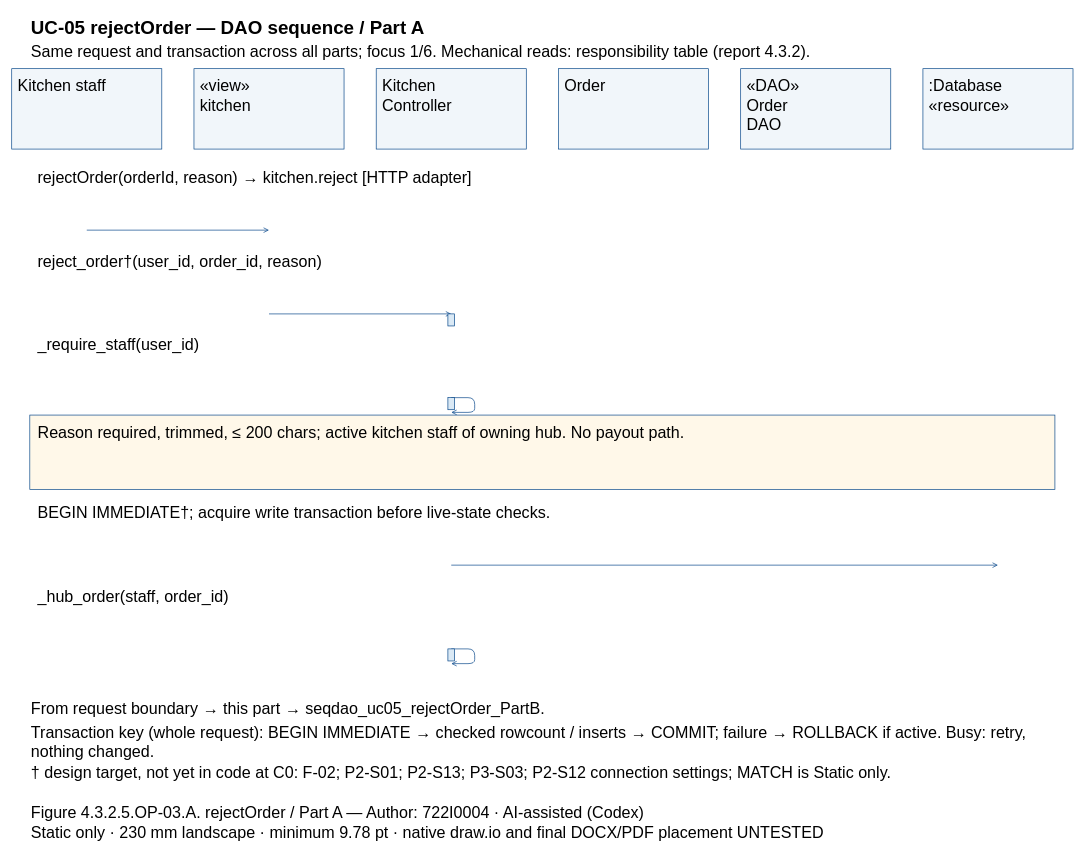
Before: models/UC-05/seqdao_uc05_rejectOrder_PartA.drawio in Dat071104/SaigonBite, a draw.io diagram. Source tidied: cells renumbered, new cells numbered last; positions are measured from the earlier drawing's top-left corner, leaving out a move shared by most shapes. Both pictures are drawn from the tidied source at 67%, with x=0, y=0 at pixel (11, 11).
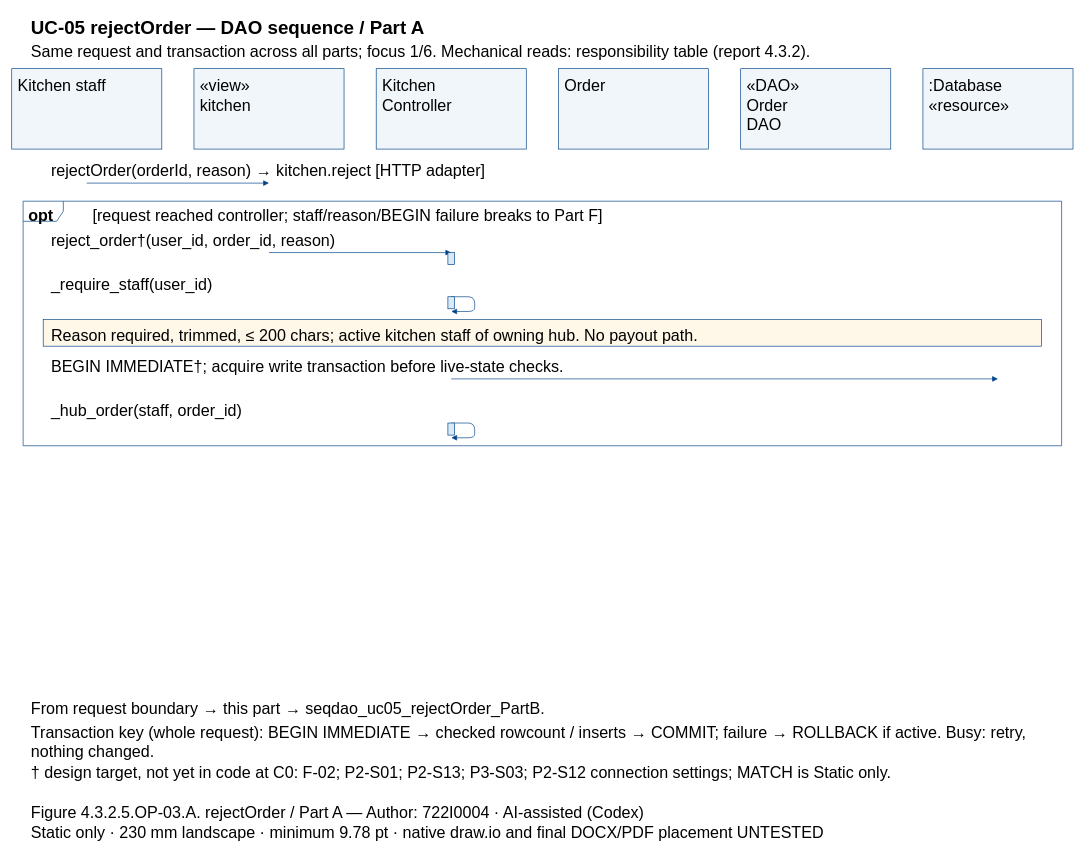
Above is the later version.

Diff of the diagram source:
```diff
@@
+    <mxCell id="46" style="shape=umlFrame;fillColor=none;strokeColor=#004387;" parent="1" vertex="1">
+      <mxGeometry x="17" y="282.8" width="1550" height="365" as="geometry" />
+    </mxCell>
@@
-    <mxCell id="15" value=":Database&#10;«resource»" style="text;html=0;whiteSpace=wrap;align=left;verticalAlign=top;strokeColor=none;fillColor=none;fontFamily=Arial;fontSize=24;fontStyle=0;" parent="1" vertex="1">
-      <mxGeometry x="1367" y="90" width="210" height="55.7" as="geometry" />
-    </mxCell>
-    <mxCell id="16" value="rejectOrder(orderId, reason) → kitchen.reject [HTTP adapter]" style="text;html=0;whiteSpace=wrap;align=left;verticalAlign=top;strokeColor=none;fillColor=none;fontFamily=Arial;fontSize=24;fontStyle=0;" parent="1" vertex="1">
-      <mxGeometry x="37" y="227" width="1510" height="27.8" as="geometry" />
+    <mxCell id="16" value=":Database&#10;«resource»" style="text;html=0;whiteSpace=wrap;align=left;verticalAlign=top;strokeColor=none;fillColor=none;fontFamily=Arial;fontSize=24;fontStyle=0;" parent="1" vertex="1">
+      <mxGeometry x="1367" y="90" width="210" height="55.7" as="geometry" />
     </mxCell>
+    <mxCell id="47" value="opt" style="text;html=0;whiteSpace=wrap;align=left;verticalAlign=top;strokeColor=none;fillColor=none;fontFamily=Arial;fontSize=24;fontStyle=1;" parent="1" vertex="1">
+      <mxGeometry x="23" y="283.8" width="84" height="27.8" as="geometry" />
+    </mxCell>
+    <mxCell id="48" value="[request reached controller; staff/reason/BEGIN failure breaks to Part F]" style="text;html=0;whiteSpace=wrap;align=left;verticalAlign=top;strokeColor=none;fillColor=none;fontFamily=Arial;fontSize=24;fontStyle=0;" parent="1" vertex="1">
+      <mxGeometry x="119" y="283.8" width="1438" height="27.8" as="geometry" />
+    </mxCell>
+    <mxCell id="49" value="rejectOrder(orderId, reason) → kitchen.reject [HTTP adapter]" style="text;html=0;whiteSpace=wrap;align=left;verticalAlign=top;strokeColor=none;fillColor=none;fontFamily=Arial;fontSize=24;fontStyle=0;" parent="1" vertex="1">
+      <mxGeometry x="57" y="217" width="1470" height="27.8" as="geometry" />
+    </mxCell>
     <mxCell id="17" style="opacity=0;" parent="1" vertex="1">
-      <mxGeometry x="112" y="326" as="geometry" />
+      <mxGeometry x="112" y="255.8" as="geometry" />
     </mxCell>
     <mxCell id="18" style="opacity=0;" parent="1" vertex="1">
-      <mxGeometry x="384" y="326" as="geometry" />
+      <mxGeometry x="384" y="255.8" as="geometry" />
     </mxCell>
-    <mxCell id="19" style="edgeStyle=none;endArrow=open;strokeColor=#004387;exitX=0.5;entryX=0.5;exitPerimeter=0;entryPerimeter=0;" parent="1" edge="1" source="17" target="18">
+    <mxCell id="19" style="edgeStyle=none;endArrow=block;endFill=1;strokeColor=#004387;exitX=0.5;entryX=0.5;exitPerimeter=0;entryPerimeter=0;" parent="1" edge="1" source="17" target="18">
       <mxGeometry relative="1" as="geometry" />
     </mxCell>
-    <mxCell id="20" value="reject_order†(user_id, order_id, reason)" style="text;html=0;whiteSpace=wrap;align=left;verticalAlign=top;strokeColor=none;fillColor=none;fontFamily=Arial;fontSize=24;fontStyle=0;" parent="1" vertex="1">
-      <mxGeometry x="37" y="352" width="1510" height="27.8" as="geometry" />
-    </mxCell>
+    <mxCell id="25" value="reject_order†(user_id, order_id, reason)" style="text;html=0;whiteSpace=wrap;align=left;verticalAlign=top;strokeColor=none;fillColor=none;fontFamily=Arial;fontSize=24;fontStyle=0;" parent="1" vertex="1">
+      <mxGeometry x="57" y="320.7" width="1470" height="27.8" as="geometry" />
+    </mxCell>
     <mxCell id="21" style="opacity=0;" parent="1" vertex="1">
-      <mxGeometry x="384" y="451" as="geometry" />
+      <mxGeometry x="384" y="359.5" as="geometry" />
     </mxCell>
     <mxCell id="22" style="opacity=0;" parent="1" vertex="1">
-      <mxGeometry x="656" y="451" as="geometry" />
+      <mxGeometry x="656" y="359.5" as="geometry" />
     </mxCell>
-    <mxCell id="23" style="edgeStyle=none;endArrow=open;strokeColor=#004387;exitX=0.5;entryX=0.5;exitPerimeter=0;entryPerimeter=0;" parent="1" edge="1" source="21" target="22">
+    <mxCell id="23" style="edgeStyle=none;endArrow=block;endFill=1;strokeColor=#004387;exitX=0.5;entryX=0.5;exitPerimeter=0;entryPerimeter=0;" parent="1" edge="1" source="21" target="22">
       <mxGeometry relative="1" as="geometry" />
     </mxCell>
-    <mxCell id="24" style="fillColor=#DAE9F5;strokeColor=#004387;" parent="1" vertex="1">
-      <mxGeometry x="651" y="451" width="10" height="18" as="geometry" />
-    </mxCell>
-    <mxCell id="25" value="_require_staff(user_id)" style="text;html=0;whiteSpace=wrap;align=left;verticalAlign=top;strokeColor=none;fillColor=none;fontFamily=Arial;fontSize=24;fontStyle=0;" parent="1" vertex="1">
-      <mxGeometry x="37" y="477" width="1510" height="27.8" as="geometry" />
-    </mxCell>
+    <mxCell id="29" style="fillColor=#DAE9F5;strokeColor=#004387;" parent="1" vertex="1">
+      <mxGeometry x="651" y="359.5" width="10" height="18" as="geometry" />
+    </mxCell>
+    <mxCell id="50" value="_require_staff(user_id)" style="text;html=0;whiteSpace=wrap;align=left;verticalAlign=top;strokeColor=none;fillColor=none;fontFamily=Arial;fontSize=24;fontStyle=0;" parent="1" vertex="1">
+      <mxGeometry x="57" y="386.5" width="1470" height="27.8" as="geometry" />
+    </mxCell>
     <mxCell id="26" style="opacity=0;" parent="1" vertex="1">
-      <mxGeometry x="656" y="576" as="geometry" />
+      <mxGeometry x="656" y="425.4" as="geometry" />
     </mxCell>
     <mxCell id="27" style="opacity=0;" parent="1" vertex="1">
-      <mxGeometry x="656" y="598" as="geometry" />
+      <mxGeometry x="656" y="447.4" as="geometry" />
     </mxCell>
-    <mxCell id="28" style="edgeStyle=none;endArrow=open;strokeColor=#004387;exitX=0.5;entryX=0.5;exitPerimeter=0;entryPerimeter=0;" parent="1" edge="1" source="26" target="27">
+    <mxCell id="28" style="edgeStyle=none;endArrow=block;endFill=1;strokeColor=#004387;exitX=0.5;entryX=0.5;exitPerimeter=0;entryPerimeter=0;" parent="1" edge="1" source="26" target="27">
       <mxGeometry relative="1" as="geometry">
         <Array as="points">
-          <mxPoint x="691" y="576" />
-          <mxPoint x="691" y="598" />
+          <mxPoint x="691" y="425.4" />
+          <mxPoint x="691" y="447.4" />
         </Array>
       </mxGeometry>
     </mxCell>
-    <mxCell id="29" style="fillColor=#DAE9F5;strokeColor=#004387;" parent="1" vertex="1">
-      <mxGeometry x="651" y="576" width="10" height="18" as="geometry" />
-    </mxCell>
-    <mxCell id="30" style="fillColor=#FFF8E9;strokeColor=#004387;" parent="1" vertex="1">
-      <mxGeometry x="27" y="602" width="1530" height="111" as="geometry" />
-    </mxCell>
-    <mxCell id="31" value="Reason required, trimmed, ≤ 200 chars; active kitchen staff of owning hub. No payout path." style="text;html=0;whiteSpace=wrap;align=left;verticalAlign=top;strokeColor=none;fillColor=none;fontFamily=Arial;fontSize=24;fontStyle=0;" parent="1" vertex="1">
-      <mxGeometry x="37" y="607" width="1510" height="27.8" as="geometry" />
-    </mxCell>
+    <mxCell id="51" style="fillColor=#DAE9F5;strokeColor=#004387;" parent="1" vertex="1">
+      <mxGeometry x="651" y="425.4" width="10" height="18" as="geometry" />
+    </mxCell>
+    <mxCell id="52" style="fillColor=#FFF8E9;strokeColor=#004387;" parent="1" vertex="1">
+      <mxGeometry x="47" y="459.4" width="1490" height="39.8" as="geometry" />
+    </mxCell>
+    <mxCell id="36" value="Reason required, trimmed, ≤ 200 chars; active kitchen staff of owning hub. No payout path." style="text;html=0;whiteSpace=wrap;align=left;verticalAlign=top;strokeColor=none;fillColor=none;fontFamily=Arial;fontSize=24;fontStyle=0;" parent="1" vertex="1">
+      <mxGeometry x="57" y="463.4" width="1470" height="27.8" as="geometry" />
+    </mxCell>
     <mxCell id="32" value="BEGIN IMMEDIATE†; acquire write transaction before live-state checks." style="text;html=0;whiteSpace=wrap;align=left;verticalAlign=top;strokeColor=none;fillColor=none;fontFamily=Arial;fontSize=24;fontStyle=0;" parent="1" vertex="1">
-      <mxGeometry x="37" y="727" width="1510" height="27.8" as="geometry" />
+      <mxGeometry x="57" y="509.2" width="1470" height="27.8" as="geometry" />
     </mxCell>
     <mxCell id="33" style="opacity=0;" parent="1" vertex="1">
-      <mxGeometry x="656" y="826" as="geometry" />
+      <mxGeometry x="656" y="548" as="geometry" />
     </mxCell>
     <mxCell id="34" style="opacity=0;" parent="1" vertex="1">
-      <mxGeometry x="1472" y="826" as="geometry" />
+      <mxGeometry x="1472" y="548" as="geometry" />
     </mxCell>
-    <mxCell id="35" style="edgeStyle=none;endArrow=open;strokeColor=#004387;exitX=0.5;entryX=0.5;exitPerimeter=0;entryPerimeter=0;" parent="1" edge="1" source="33" target="34">
+    <mxCell id="35" style="edgeStyle=none;endArrow=block;endFill=1;strokeColor=#004387;exitX=0.5;entryX=0.5;exitPerimeter=0;entryPerimeter=0;" parent="1" edge="1" source="33" target="34">
       <mxGeometry relative="1" as="geometry" />
     </mxCell>
-    <mxCell id="36" value="_hub_order(staff, order_id)" style="text;html=0;whiteSpace=wrap;align=left;verticalAlign=top;strokeColor=none;fillColor=none;fontFamily=Arial;fontSize=24;fontStyle=0;" parent="1" vertex="1">
-      <mxGeometry x="37" y="852" width="1510" height="27.8" as="geometry" />
-    </mxCell>
+    <mxCell id="41" value="_hub_order(staff, order_id)" style="text;html=0;whiteSpace=wrap;align=left;verticalAlign=top;strokeColor=none;fillColor=none;fontFamily=Arial;fontSize=24;fontStyle=0;" parent="1" vertex="1">
+      <mxGeometry x="57" y="575" width="1470" height="27.8" as="geometry" />
+    </mxCell>
     <mxCell id="37" style="opacity=0;" parent="1" vertex="1">
-      <mxGeometry x="656" y="951" as="geometry" />
+      <mxGeometry x="656" y="613.9" as="geometry" />
     </mxCell>
     <mxCell id="38" style="opacity=0;" parent="1" vertex="1">
-      <mxGeometry x="656" y="973" as="geometry" />
+      <mxGeometry x="656" y="635.9" as="geometry" />
     </mxCell>
-    <mxCell id="39" style="edgeStyle=none;endArrow=open;strokeColor=#004387;exitX=0.5;entryX=0.5;exitPerimeter=0;entryPerimeter=0;" parent="1" edge="1" source="37" target="38">
+    <mxCell id="39" style="edgeStyle=none;endArrow=block;endFill=1;strokeColor=#004387;exitX=0.5;entryX=0.5;exitPerimeter=0;entryPerimeter=0;" parent="1" edge="1" source="37" target="38">
       <mxGeometry relative="1" as="geometry">
         <Array as="points">
-          <mxPoint x="691" y="951" />
-          <mxPoint x="691" y="973" />
+          <mxPoint x="691" y="613.9" />
+          <mxPoint x="691" y="635.9" />
         </Array>
       </mxGeometry>
     </mxCell>
-    <mxCell id="40" style="fillColor=#DAE9F5;strokeColor=#004387;" parent="1" vertex="1">
-      <mxGeometry x="651" y="951" width="10" height="18" as="geometry" />
-    </mxCell>
-    <mxCell id="41" value="From request boundary → this part → seqdao_uc05_rejectOrder_PartB." style="text;html=0;whiteSpace=wrap;align=left;verticalAlign=top;strokeColor=none;fillColor=none;fontFamily=Arial;fontSize=24;fontStyle=0;" parent="1" vertex="1">
-      <mxGeometry x="27" y="1020" width="1530" height="27.8" as="geometry" />
-    </mxCell>
-    <mxCell id="42" value="Transaction key (whole request): BEGIN IMMEDIATE → checked rowcount / inserts → COMMIT; failure → ROLLBACK if active. Busy: retry,&#10;nothing changed." style="text;html=0;whiteSpace=wrap;align=left;verticalAlign=top;strokeColor=none;fillColor=none;fontFamily=Arial;fontSize=24;fontStyle=0;" parent="1" vertex="1">
-      <mxGeometry x="27" y="1055" width="1530" height="55.7" as="geometry" />
-    </mxCell>
-    <mxCell id="43" value="† design target, not yet in code at C0: F-02; P2-S01; P2-S13; P3-S03; P2-S12 connection settings; MATCH is Static only." style="text;html=0;whiteSpace=wrap;align=left;verticalAlign=top;strokeColor=none;fillColor=none;fontFamily=Arial;fontSize=24;fontStyle=0;" parent="1" vertex="1">
-      <mxGeometry x="27" y="1115" width="1530" height="27.8" as="geometry" />
-    </mxCell>
+    <mxCell id="53" style="fillColor=#DAE9F5;strokeColor=#004387;" parent="1" vertex="1">
+      <mxGeometry x="651" y="613.9" width="10" height="18" as="geometry" />
+    </mxCell>
-    <mxCell id="44" value="Figure 4.3.2.5.OP-03.A. rejectOrder / Part A — Author: 722I0004 · AI-assisted (Codex)" style="text;html=0;whiteSpace=wrap;align=left;verticalAlign=top;strokeColor=none;fillColor=none;fontFamily=Arial;fontSize=24;fontStyle=0;" parent="1" vertex="1">
-      <mxGeometry x="27" y="1175" width="1530" height="27.8" as="geometry" />
+    <mxCell id="44" value="From request boundary → this part → seqdao_uc05_rejectOrder_PartB." style="text;html=0;whiteSpace=wrap;align=left;verticalAlign=top;strokeColor=none;fillColor=none;fontFamily=Arial;fontSize=24;fontStyle=0;" parent="1" vertex="1">
+      <mxGeometry x="27" y="1020" width="1530" height="27.8" as="geometry" />
     </mxCell>
-    <mxCell id="45" value="Static only · 230 mm landscape · minimum 9.78 pt · native draw.io and final DOCX/PDF placement UNTESTED" style="text;html=0;whiteSpace=wrap;align=left;verticalAlign=top;strokeColor=none;fillColor=none;fontFamily=Arial;fontSize=24;fontStyle=0;" parent="1" vertex="1">
-      <mxGeometry x="27" y="1205" width="1530" height="27.8" as="geometry" />
+    <mxCell id="45" value="Transaction key (whole request): BEGIN IMMEDIATE → checked rowcount / inserts → COMMIT; failure → ROLLBACK if active. Busy: retry,&#10;nothing changed." style="text;html=0;whiteSpace=wrap;align=left;verticalAlign=top;strokeColor=none;fillColor=none;fontFamily=Arial;fontSize=24;fontStyle=0;" parent="1" vertex="1">
+      <mxGeometry x="27" y="1055" width="1530" height="55.7" as="geometry" />
     </mxCell>
+    <mxCell id="43" value="† design target, not yet in code at C0: F-02; P2-S01; P2-S13; P3-S03; P2-S12 connection settings; MATCH is Static only." style="text;html=0;whiteSpace=wrap;align=left;verticalAlign=top;strokeColor=none;fillColor=none;fontFamily=Arial;fontSize=24;fontStyle=0;" parent="1" vertex="1">
+      <mxGeometry x="27" y="1115" width="1530" height="27.8" as="geometry" />
+    </mxCell>
+    <mxCell id="54" value="Figure 4.3.2.5.OP-03.A. rejectOrder / Part A — Author: 722I0004 · AI-assisted (Codex)" style="text;html=0;whiteSpace=wrap;align=left;verticalAlign=top;strokeColor=none;fillColor=none;fontFamily=Arial;fontSize=24;fontStyle=0;" parent="1" vertex="1">
+      <mxGeometry x="27" y="1175" width="1530" height="27.8" as="geometry" />
+    </mxCell>
+    <mxCell id="55" value="Static only · 230 mm landscape · minimum 9.78 pt · native draw.io and final DOCX/PDF placement UNTESTED" style="text;html=0;whiteSpace=wrap;align=left;verticalAlign=top;strokeColor=none;fillColor=none;fontFamily=Arial;fontSize=24;fontStyle=0;" parent="1" vertex="1">
+      <mxGeometry x="27" y="1205" width="1530" height="27.8" as="geometry" />
+    </mxCell>
```
